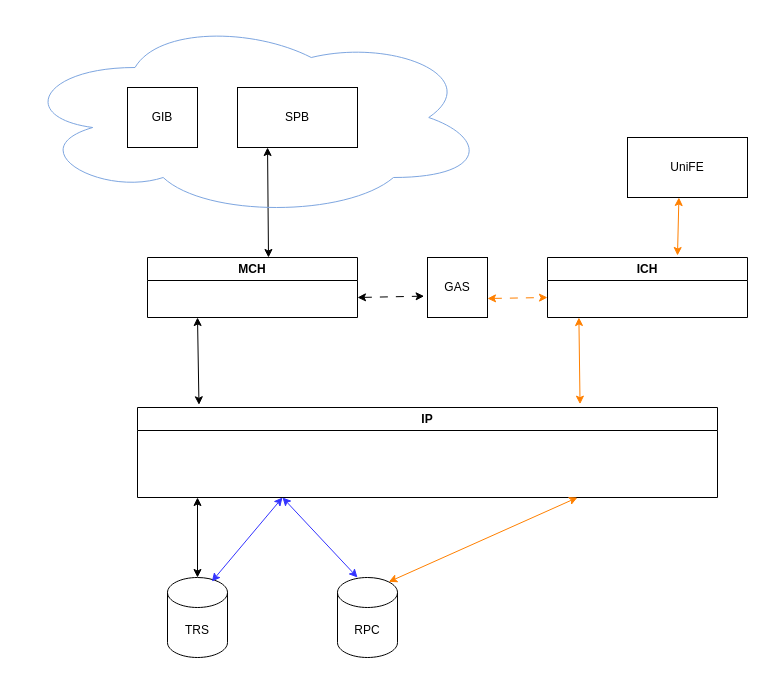
This is Layers-Way4.drawio from MichalHasekRB/my-Diagrams, a draw.io file, before an edit. Source tidied: cells renumbered, new cells numbered last; positions are measured from the earlier drawing's top-left corner, leaving out a move shared by most shapes. Both pictures are drawn from the tidied source at 100%, with x=0, y=0 at pixel (17, 17).
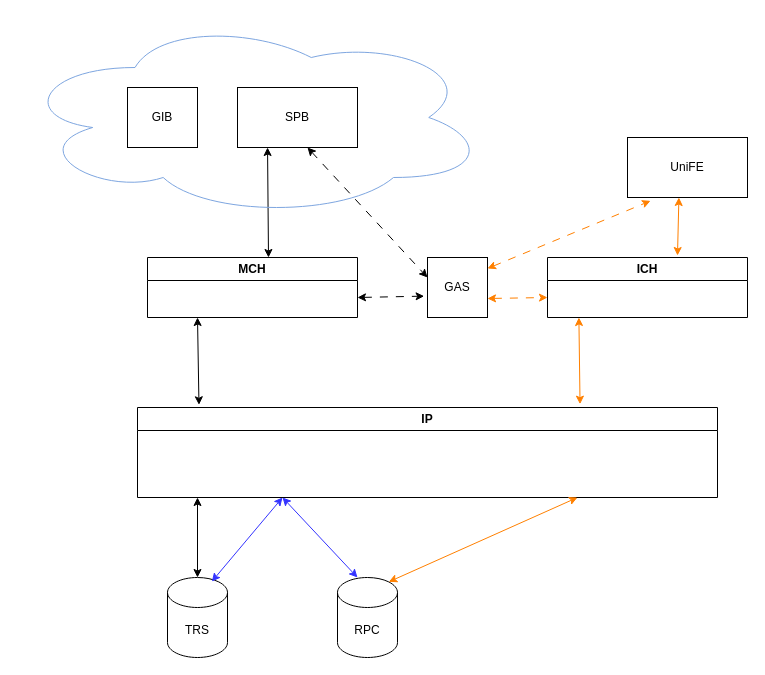
The same page after the edit.

The change refers to these unchanged cells:
```xml
<mxCell id="7" value="UniFE" style="rounded=0;whiteSpace=wrap;html=1;" parent="1" vertex="1">
  <mxGeometry x="610" y="120" width="120" height="60" as="geometry" />
</mxCell>
<mxCell id="21" style="ellipse;shape=cloud;whiteSpace=wrap;html=1;fillColor=none;strokeColor=#7EA6E0;" parent="1" vertex="1">
  <mxGeometry width="470" height="200" as="geometry" />
</mxCell>
```

What changed in the source:
```diff
@@
+    <mxCell id="22" style="endArrow=classic;startArrow=classic;html=1;rounded=0;entryX=-0.056;entryY=0.644;entryDx=0;entryDy=0;entryPerimeter=0;dashed=1;dashPattern=8 8;exitX=0.617;exitY=0.65;exitDx=0;exitDy=0;exitPerimeter=0;" parent="1" edge="1" source="21">
+      <mxGeometry relative="1" as="geometry">
+        <mxPoint x="410" y="260" as="targetPoint" />
+      </mxGeometry>
+    </mxCell>
+    <mxCell id="23" style="endArrow=classic;startArrow=classic;html=1;rounded=0;dashed=1;dashPattern=8 8;strokeColor=#FF8000;entryX=0.192;entryY=1.056;entryDx=0;entryDy=0;entryPerimeter=0;" parent="1" edge="1" target="7">
+      <mxGeometry relative="1" as="geometry">
+        <mxPoint x="470" y="251" as="sourcePoint" />
+      </mxGeometry>
+    </mxCell>
```
